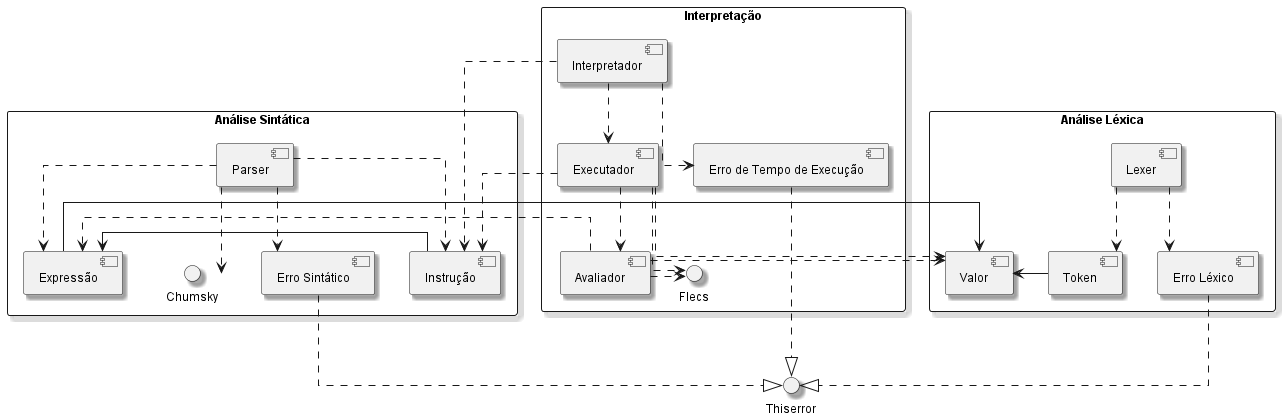
Before: diagrams/diagrama_componentes.png, a diagram exported from PlantUML (OverlineJunior/weave). Source of this version:
```plantuml
@startuml diagrama_componentes
skinparam packageStyle rectangle
skinparam shadowing true
skinparam linetype ortho
skinparam defaultFontName Arial
skinparam defaultFontSize 12

package "Análise Léxica" {
    [Lexer] as lexer
    [Token] as token
	[Valor] as valor
    [Erro Léxico] as erro_lexico
}

package "Análise Sintática" {
    [Parser] as parser
    [Expressão] as expressao
    [Instrução] as instrucao
    [Erro Sintático] as erro_sintatico
    interface Chumsky as chumsky
}

package "Interpretação" {
    [Interpretador] as interpretador
    [Executador] as executador
    [Avaliador] as avaliador
    [Erro de Tempo de Execução] as erro_execucao
    interface Flecs as flecs
}

interface Thiserror as thiserror

lexer ..> token
lexer ..> erro_lexico

parser ..> expressao
parser ..> instrucao
parser ..> erro_sintatico
parser ..> chumsky

interpretador ..> executador
interpretador ..> instrucao
interpretador ..> erro_execucao

token -> valor

expressao -> valor

instrucao -> expressao

avaliador .> valor
avaliador .> expressao
avaliador .> flecs

executador ..> avaliador
executador .> valor
executador .> instrucao
executador .> flecs

erro_lexico ..|> thiserror

erro_sintatico ..|> thiserror

erro_execucao ..|> thiserror

@enduml
```
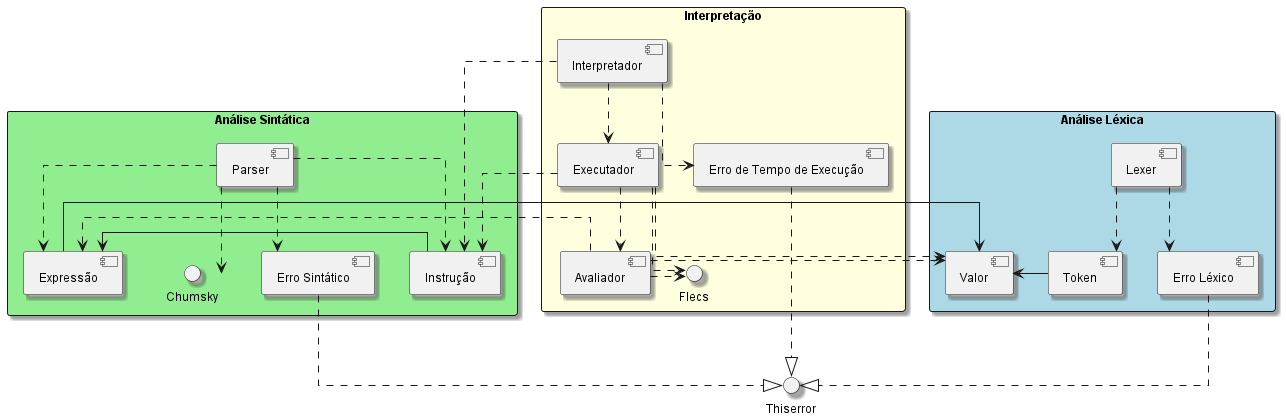
Above is the later version.

Commit message:
Compilar os diagramas

The edit, as a diff of the source:
```diff
@@ -5,14 +5,14 @@
 skinparam defaultFontName Arial
 skinparam defaultFontSize 12
 
-package "Análise Léxica" {
+package "Análise Léxica" #LightBlue {
     [Lexer] as lexer
     [Token] as token
 	[Valor] as valor
     [Erro Léxico] as erro_lexico
 }
 
-package "Análise Sintática" {
+package "Análise Sintática" #LightGreen {
     [Parser] as parser
     [Expressão] as expressao
     [Instrução] as instrucao
@@ -20,7 +20,7 @@
     interface Chumsky as chumsky
 }
 
-package "Interpretação" {
+package "Interpretação" #LightYellow {
     [Interpretador] as interpretador
     [Executador] as executador
     [Avaliador] as avaliador
```
